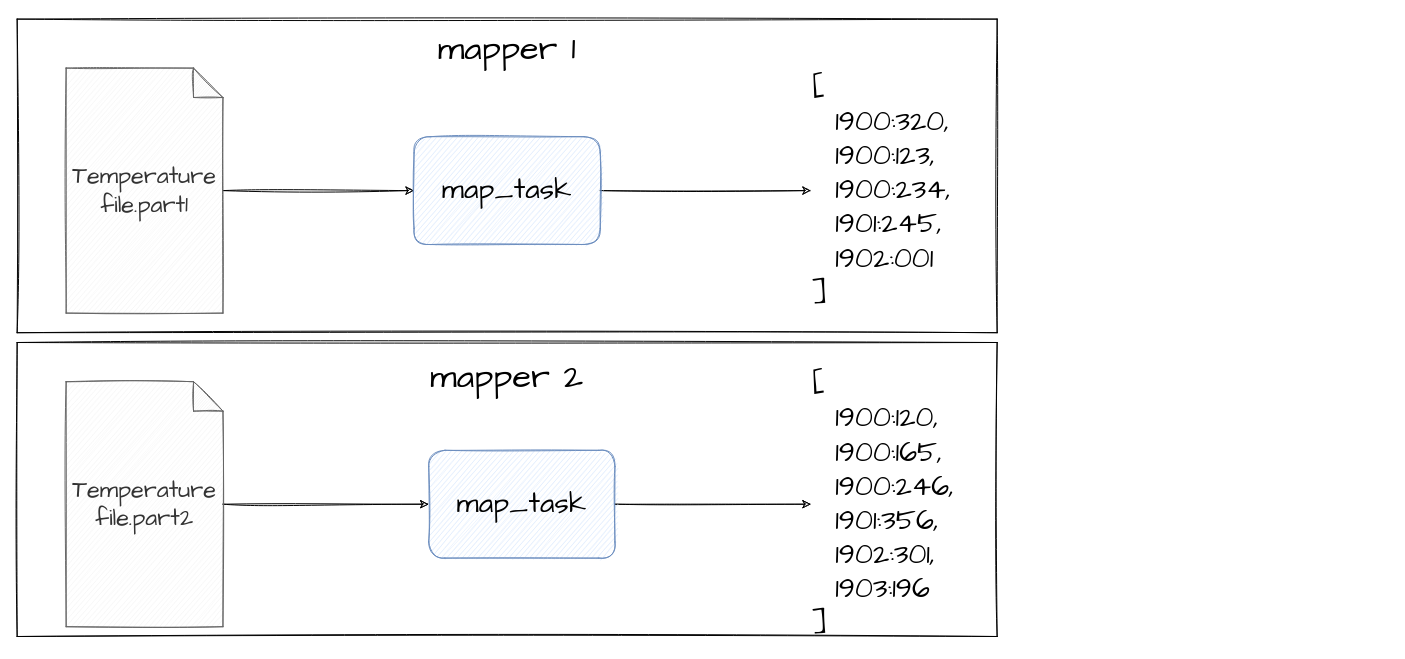
Before: lessons/img/src/map reduce map.drawio in HealerMikado/panorama_big_data_2021, a draw.io diagram. Source tidied: cells renumbered, new cells numbered last; positions are measured from the earlier drawing's top-left corner, leaving out a move shared by most shapes. Both pictures are drawn from the tidied source at 98%, with x=0, y=0 at pixel (17, 19).
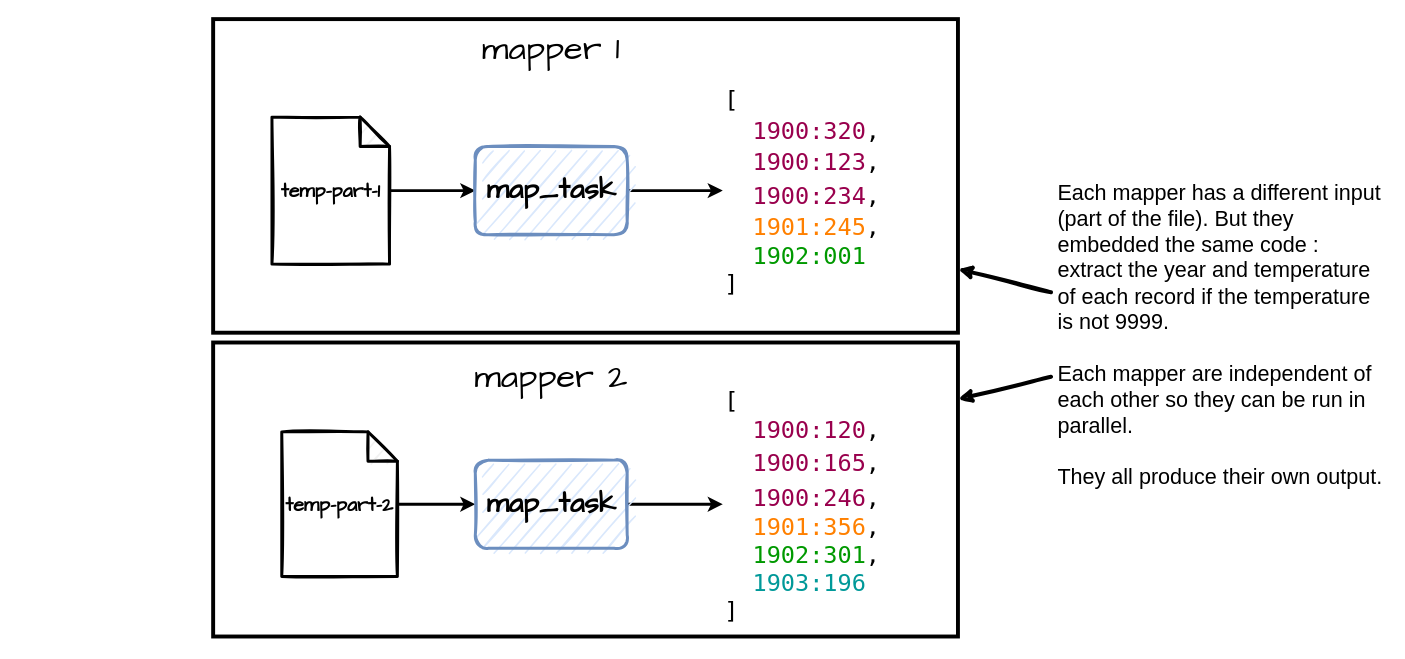
After the change.

The edit, as a diff of the source:
```diff
@@
 <mxGraphModel>
   <root>
     <mxCell id="0" />
     <mxCell id="1" parent="0" />
-    <mxCell id="2" style="rounded=0;whiteSpace=wrap;html=1;fillColor=none;sketch=1;" parent="1" vertex="1">
-      <mxGeometry y="330" width="1000" height="300" as="geometry" />
+    <mxCell id="2" style="rounded=0;whiteSpace=wrap;html=1;fillColor=none;sketch=0;strokeWidth=4;" parent="1" vertex="1">
+      <mxGeometry x="200" y="330" width="760" height="300" as="geometry" />
     </mxCell>
-    <mxCell id="3" style="rounded=0;whiteSpace=wrap;html=1;fillColor=none;sketch=1;" parent="1" vertex="1">
-      <mxGeometry width="1000" height="320" as="geometry" />
+    <mxCell id="3" style="rounded=0;whiteSpace=wrap;html=1;fillColor=none;sketch=0;strokeWidth=4;" parent="1" vertex="1">
+      <mxGeometry x="200" width="760" height="320" as="geometry" />
     </mxCell>
-    <mxCell id="4" style="edgeStyle=orthogonalEdgeStyle;rounded=0;jettySize=auto;html=1;sketch=1;" parent="1" edge="1" source="5" target="9">
+    <mxCell id="4" style="edgeStyle=orthogonalEdgeStyle;rounded=0;jettySize=auto;html=1;sketch=0;strokeWidth=3;" parent="1" edge="1" source="16" target="9">
       <mxGeometry relative="1" as="geometry" />
     </mxCell>
-    <mxCell id="5" value="&lt;font style=&quot;font-size: 24px&quot;&gt;Temperature file.part1&lt;br style=&quot;font-size: 24px&quot;&gt;&lt;/font&gt;" style="shape=note;whiteSpace=wrap;html=1;backgroundOutline=1;darkOpacity=0.05;sketch=1;fillColor=#f5f5f5;strokeColor=#666666;fontColor=#333333;fontFamily=Architects Daughter;fontSize=24;" parent="1" vertex="1">
-      <mxGeometry x="50" y="50" width="160" height="250" as="geometry" />
-    </mxCell>
-    <mxCell id="6" style="edgeStyle=orthogonalEdgeStyle;rounded=0;jettySize=auto;html=1;sketch=1;" parent="1" edge="1" source="7" target="11">
+    <mxCell id="6" style="edgeStyle=orthogonalEdgeStyle;rounded=0;jettySize=auto;html=1;sketch=0;strokeWidth=3;" parent="1" edge="1" source="18" target="11">
       <mxGeometry relative="1" as="geometry" />
     </mxCell>
-    <mxCell id="7" value="&lt;font style=&quot;font-size: 24px&quot;&gt;Temperature file.part2&lt;/font&gt;" style="shape=note;whiteSpace=wrap;html=1;backgroundOutline=1;darkOpacity=0.05;sketch=1;fillColor=#f5f5f5;strokeColor=#666666;fontColor=#333333;fontFamily=Architects Daughter;fontSize=24;" parent="1" vertex="1">
-      <mxGeometry x="50" y="370" width="160" height="250" as="geometry" />
-    </mxCell>
-    <mxCell id="8" style="edgeStyle=orthogonalEdgeStyle;rounded=0;jettySize=auto;html=1;sketch=1;" parent="1" edge="1" source="9" target="12">
+    <mxCell id="8" style="edgeStyle=orthogonalEdgeStyle;rounded=0;jettySize=auto;html=1;sketch=0;strokeWidth=3;" parent="1" edge="1" source="9" target="12">
       <mxGeometry relative="1" as="geometry" />
     </mxCell>
-    <mxCell id="9" value="&lt;font style=&quot;font-size: 29px;&quot;&gt;map_task&lt;br style=&quot;font-size: 29px;&quot;&gt;&lt;/font&gt;" style="rounded=1;whiteSpace=wrap;html=1;sketch=1;fillColor=#dae8fc;strokeColor=#6c8ebf;fontFamily=Architects Daughter;fontSize=29;" parent="1" vertex="1">
-      <mxGeometry x="405" y="120" width="190" height="110" as="geometry" />
+    <mxCell id="9" value="&lt;font style=&quot;font-size: 29px&quot;&gt;&lt;b&gt;map_task&lt;/b&gt;&lt;br style=&quot;font-size: 29px&quot;&gt;&lt;/font&gt;" style="rounded=1;whiteSpace=wrap;html=1;sketch=1;fillColor=#dae8fc;strokeColor=#6c8ebf;fontFamily=Architects Daughter;fontSize=29;strokeWidth=3;" parent="1" vertex="1">
+      <mxGeometry x="467.5" y="130" width="155" height="90" as="geometry" />
     </mxCell>
-    <mxCell id="10" style="edgeStyle=orthogonalEdgeStyle;rounded=0;jettySize=auto;html=1;sketch=1;" parent="1" edge="1" source="11" target="13">
+    <mxCell id="10" style="edgeStyle=orthogonalEdgeStyle;rounded=0;jettySize=auto;html=1;sketch=0;strokeWidth=3;" parent="1" edge="1" source="11" target="17">
       <mxGeometry relative="1" as="geometry" />
     </mxCell>
-    <mxCell id="11" value="&lt;font style=&quot;font-size: 29px;&quot;&gt;map_task&lt;/font&gt;" style="rounded=1;whiteSpace=wrap;html=1;sketch=1;fillColor=#dae8fc;strokeColor=#6c8ebf;fontFamily=Architects Daughter;fontSize=29;" parent="1" vertex="1">
-      <mxGeometry x="420" y="440" width="190" height="110" as="geometry" />
-    </mxCell>
-    <mxCell id="12" value="&lt;font style=&quot;font-size: 29px;&quot;&gt;[&lt;br style=&quot;font-size: 29px;&quot;&gt;&lt;div style=&quot;font-size: 29px;&quot;&gt;&lt;span style=&quot;font-size: 29px;&quot;&gt;&amp;nbsp; 1900:320,&lt;/span&gt;&lt;/div&gt;&amp;nbsp; 1900:123,&lt;br style=&quot;font-size: 29px;&quot;&gt;&amp;nbsp; 1900:234,&lt;br style=&quot;font-size: 29px;&quot;&gt;&lt;div style=&quot;font-size: 29px;&quot;&gt;&lt;span style=&quot;font-size: 29px;&quot;&gt;&amp;nbsp; 1901:245,&lt;/span&gt;&lt;/div&gt;&lt;div style=&quot;font-size: 29px;&quot;&gt;&lt;span style=&quot;font-size: 29px;&quot;&gt;&amp;nbsp; 1902:001&lt;/span&gt;&lt;/div&gt;&lt;div style=&quot;font-size: 29px;&quot;&gt;]&lt;/div&gt;&lt;/font&gt;" style="text;html=1;strokeColor=none;fillColor=none;align=left;verticalAlign=middle;whiteSpace=wrap;rounded=0;sketch=1;fontFamily=Architects Daughter;fontSize=29;" parent="1" vertex="1">
-      <mxGeometry x="810" y="65" width="180" height="220" as="geometry" />
+    <mxCell id="12" value="&lt;font style=&quot;font-size: 24px&quot; face=&quot;Lucida Console&quot;&gt;[&lt;br&gt;&lt;div&gt;&amp;nbsp; &lt;font color=&quot;#99004d&quot;&gt;1900:320&lt;/font&gt;,&lt;/div&gt;&lt;font color=&quot;#99004d&quot;&gt;&amp;nbsp; 1900:123&lt;/font&gt;,&lt;br&gt;&lt;font color=&quot;#99004d&quot;&gt;&amp;nbsp; 1900:234&lt;/font&gt;,&lt;br&gt;&lt;div&gt;&amp;nbsp; &lt;font color=&quot;#ff8000&quot;&gt;1901:245&lt;/font&gt;,&lt;/div&gt;&lt;div&gt;&amp;nbsp; &lt;font color=&quot;#009900&quot;&gt;1902:001&lt;/font&gt;&lt;/div&gt;&lt;div&gt;]&lt;/div&gt;&lt;/font&gt;" style="text;html=1;strokeColor=none;fillColor=none;align=left;verticalAlign=middle;whiteSpace=wrap;rounded=0;sketch=1;fontFamily=Architects Daughter;fontSize=29;spacing=2;" parent="1" vertex="1">
+      <mxGeometry x="720" y="65" width="180" height="220" as="geometry" />
     </mxCell>
-    <mxCell id="13" value="&lt;font style=&quot;font-size: 29px;&quot;&gt;[&lt;br style=&quot;font-size: 29px;&quot;&gt;&lt;div style=&quot;font-size: 29px;&quot;&gt;&lt;span style=&quot;font-size: 29px;&quot;&gt;&amp;nbsp; 1900:120,&lt;/span&gt;&lt;/div&gt;&amp;nbsp; 1900:165,&lt;br style=&quot;font-size: 29px;&quot;&gt;&amp;nbsp; 1900:246,&lt;br style=&quot;font-size: 29px;&quot;&gt;&lt;div style=&quot;font-size: 29px;&quot;&gt;&lt;span style=&quot;font-size: 29px;&quot;&gt;&amp;nbsp; 1901:356,&lt;/span&gt;&lt;/div&gt;&lt;div style=&quot;font-size: 29px;&quot;&gt;&lt;span style=&quot;font-size: 29px;&quot;&gt;&amp;nbsp; 1902:301,&lt;/span&gt;&lt;/div&gt;&lt;div style=&quot;font-size: 29px;&quot;&gt;&lt;span style=&quot;font-size: 29px;&quot;&gt;&amp;nbsp; 1903:196&lt;/span&gt;&lt;/div&gt;&lt;div style=&quot;font-size: 29px;&quot;&gt;]&lt;/div&gt;&lt;/font&gt;" style="text;html=1;strokeColor=none;fillColor=none;align=left;verticalAlign=middle;whiteSpace=wrap;rounded=0;sketch=1;fontFamily=Architects Daughter;fontSize=29;" parent="1" vertex="1">
-      <mxGeometry x="810" y="385" width="180" height="220" as="geometry" />
-    </mxCell>
     <mxCell id="14" value="&lt;font style=&quot;font-size: 35px&quot;&gt;mapper 1&lt;/font&gt;" style="text;html=1;strokeColor=none;fillColor=none;align=center;verticalAlign=middle;whiteSpace=wrap;rounded=0;sketch=1;fontFamily=Architects Daughter;fontSize=35;" parent="1" vertex="1">
-      <mxGeometry x="385" y="10" width="230" height="40" as="geometry" />
+      <mxGeometry x="430" y="10" width="230" height="40" as="geometry" />
     </mxCell>
     <mxCell id="15" value="&lt;font style=&quot;font-size: 35px&quot;&gt;mapper 2&lt;/font&gt;" style="text;html=1;strokeColor=none;fillColor=none;align=center;verticalAlign=middle;whiteSpace=wrap;rounded=0;sketch=1;fontFamily=Architects Daughter;fontSize=35;" parent="1" vertex="1">
-      <mxGeometry x="385" y="345" width="230" height="40" as="geometry" />
+      <mxGeometry x="430" y="345" width="230" height="40" as="geometry" />
     </mxCell>
+    <mxCell id="16" value="&lt;span style=&quot;font-family: &amp;#34;architects daughter&amp;#34;&quot;&gt;&lt;font style=&quot;font-size: 20px&quot;&gt;&lt;b&gt;temp-part-1&lt;/b&gt;&lt;/font&gt;&lt;/span&gt;" style="shape=note;whiteSpace=wrap;html=1;backgroundOutline=1;darkOpacity=0.05;strokeWidth=3;sketch=1;" parent="1" vertex="1">
+      <mxGeometry x="260" y="100" width="120" height="150" as="geometry" />
+    </mxCell>
+    <mxCell id="17" value="&lt;font style=&quot;font-size: 24px&quot;&gt;[&lt;br&gt;&lt;/font&gt;&lt;div style=&quot;font-size: 24px&quot;&gt;&lt;font style=&quot;font-size: 24px&quot;&gt;&amp;nbsp; &lt;font color=&quot;#99004d&quot;&gt;1900:120&lt;/font&gt;,&lt;/font&gt;&lt;/div&gt;&lt;font style=&quot;font-size: 24px&quot;&gt;&lt;font color=&quot;#99004d&quot;&gt;&amp;nbsp; 1900:165&lt;/font&gt;,&lt;br&gt;&lt;font color=&quot;#99004d&quot;&gt;&amp;nbsp; 1900:246&lt;/font&gt;,&lt;br&gt;&lt;/font&gt;&lt;div style=&quot;font-size: 24px&quot;&gt;&lt;font style=&quot;font-size: 24px&quot;&gt;&amp;nbsp; &lt;font color=&quot;#ff8000&quot;&gt;1901:356&lt;/font&gt;,&lt;/font&gt;&lt;/div&gt;&lt;div style=&quot;font-size: 24px&quot;&gt;&lt;font style=&quot;font-size: 24px&quot;&gt;&amp;nbsp; &lt;font color=&quot;#009900&quot;&gt;1902:301&lt;/font&gt;,&lt;/font&gt;&lt;/div&gt;&lt;div style=&quot;font-size: 24px&quot;&gt;&lt;font style=&quot;font-size: 24px&quot;&gt;&amp;nbsp; &lt;font color=&quot;#009999&quot;&gt;1903:196&lt;/font&gt;&lt;/font&gt;&lt;/div&gt;&lt;div style=&quot;font-size: 24px&quot;&gt;&lt;font style=&quot;font-size: 24px&quot;&gt;]&lt;/font&gt;&lt;/div&gt;" style="text;html=1;strokeColor=none;fillColor=none;align=left;verticalAlign=middle;whiteSpace=wrap;rounded=0;sketch=1;fontFamily=Lucida Console;fontSize=29;spacing=2;" parent="1" vertex="1">
+      <mxGeometry x="720" y="385" width="170" height="220" as="geometry" />
+    </mxCell>
+    <mxCell id="18" value="&lt;span style=&quot;font-family: &amp;#34;architects daughter&amp;#34;&quot;&gt;&lt;font style=&quot;font-size: 20px&quot;&gt;&lt;b&gt;temp-part-2&lt;br&gt;&lt;/b&gt;&lt;/font&gt;&lt;/span&gt;" style="shape=note;whiteSpace=wrap;html=1;backgroundOutline=1;darkOpacity=0.05;strokeWidth=3;sketch=1;" parent="1" vertex="1">
+      <mxGeometry x="270" y="421.2" width="118" height="147.5" as="geometry" />
+    </mxCell>
+    <mxCell id="11" value="&lt;font style=&quot;font-size: 29px&quot;&gt;&lt;b&gt;map_task&lt;/b&gt;&lt;br style=&quot;font-size: 29px&quot;&gt;&lt;/font&gt;" style="rounded=1;whiteSpace=wrap;html=1;sketch=1;fillColor=#dae8fc;strokeColor=#6c8ebf;fontFamily=Architects Daughter;fontSize=29;strokeWidth=3;" parent="1" vertex="1">
+      <mxGeometry x="467.5" y="450" width="155" height="90" as="geometry" />
+    </mxCell>
+    <mxCell id="19" style="rounded=0;jettySize=auto;html=1;sketch=1;strokeWidth=4;sourcePerimeterSpacing=5;" parent="1" edge="1" source="21" target="3">
+      <mxGeometry relative="1" as="geometry" />
+    </mxCell>
+    <mxCell id="20" style="rounded=0;jettySize=auto;html=1;sketch=1;strokeWidth=4;sourcePerimeterSpacing=5;" parent="1" edge="1" source="21" target="2">
+      <mxGeometry relative="1" as="geometry" />
+    </mxCell>
+    <mxCell id="21" value="&lt;div style=&quot;font-size: 22px&quot;&gt;&lt;font face=&quot;Helvetica&quot; style=&quot;font-size: 22px&quot;&gt;Each mapper has a different input (part of the file). But they embedded the same code : extract the year and temperature of each record if the temperature is not 9999.&lt;/font&gt;&lt;/div&gt;&lt;div style=&quot;font-size: 22px&quot;&gt;&lt;font face=&quot;Helvetica&quot; style=&quot;font-size: 22px&quot;&gt;&lt;br&gt;&lt;/font&gt;&lt;/div&gt;&lt;div style=&quot;font-size: 22px&quot;&gt;&lt;font face=&quot;Helvetica&quot; style=&quot;font-size: 22px&quot;&gt;Each mapper are independent of each other so they can be run in parallel.&lt;/font&gt;&lt;/div&gt;&lt;div style=&quot;font-size: 22px&quot;&gt;&lt;font face=&quot;Helvetica&quot; style=&quot;font-size: 22px&quot;&gt;&lt;br&gt;&lt;/font&gt;&lt;/div&gt;&lt;div style=&quot;font-size: 22px&quot;&gt;&lt;font face=&quot;Helvetica&quot; style=&quot;font-size: 22px&quot;&gt;They all produce their own output.&lt;/font&gt;&lt;/div&gt;" style="text;html=1;strokeColor=none;fillColor=none;align=left;verticalAlign=middle;whiteSpace=wrap;rounded=0;sketch=0;fontFamily=Lucida Console;" parent="1" vertex="1">
+      <mxGeometry x="1060" y="150" width="340" height="345" as="geometry" />
+    </mxCell>
   </root>
 </mxGraphModel>
```
